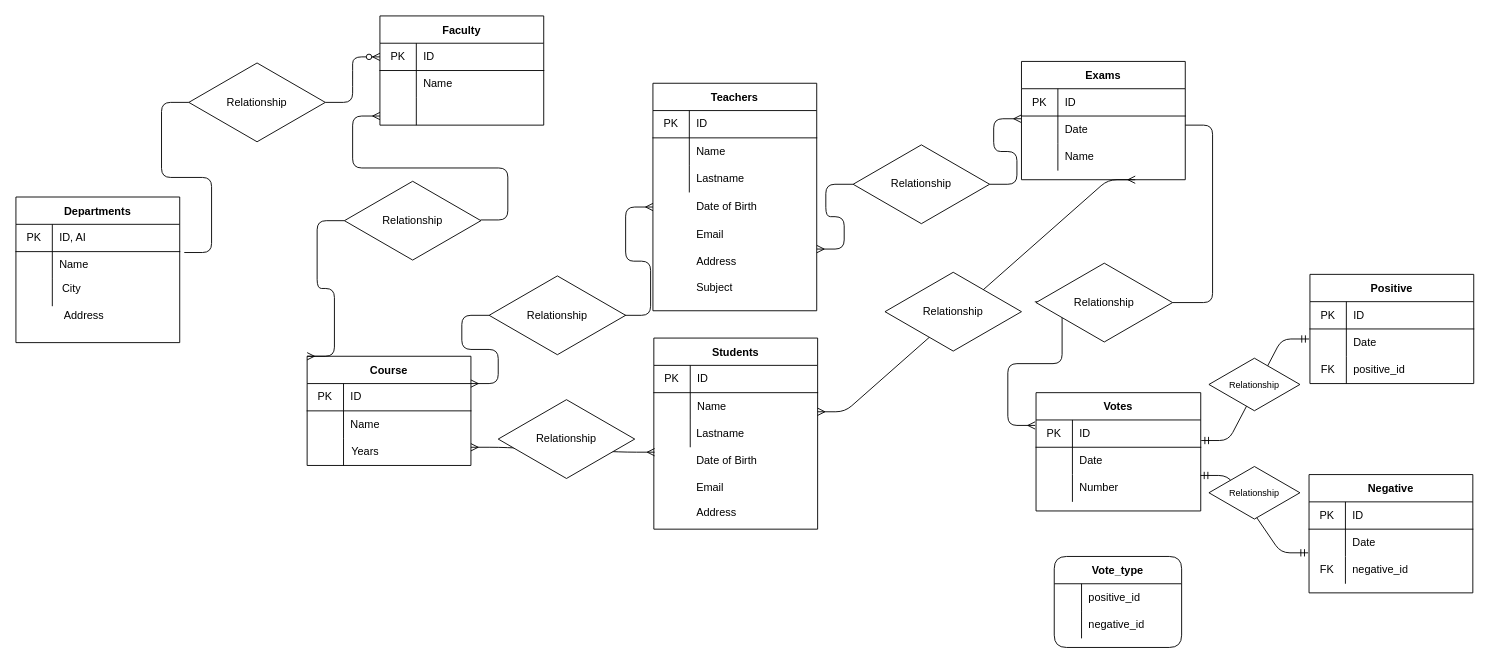
Earlier version of the draw.io diagram db_university.drawio (Alessia9802/db-university). Source tidied: cells renumbered, new cells numbered last; positions are measured from the earlier drawing's top-left corner, leaving out a move shared by most shapes. Both pictures are drawn from the tidied source at 91%, with x=0, y=0 at pixel (15, 15).
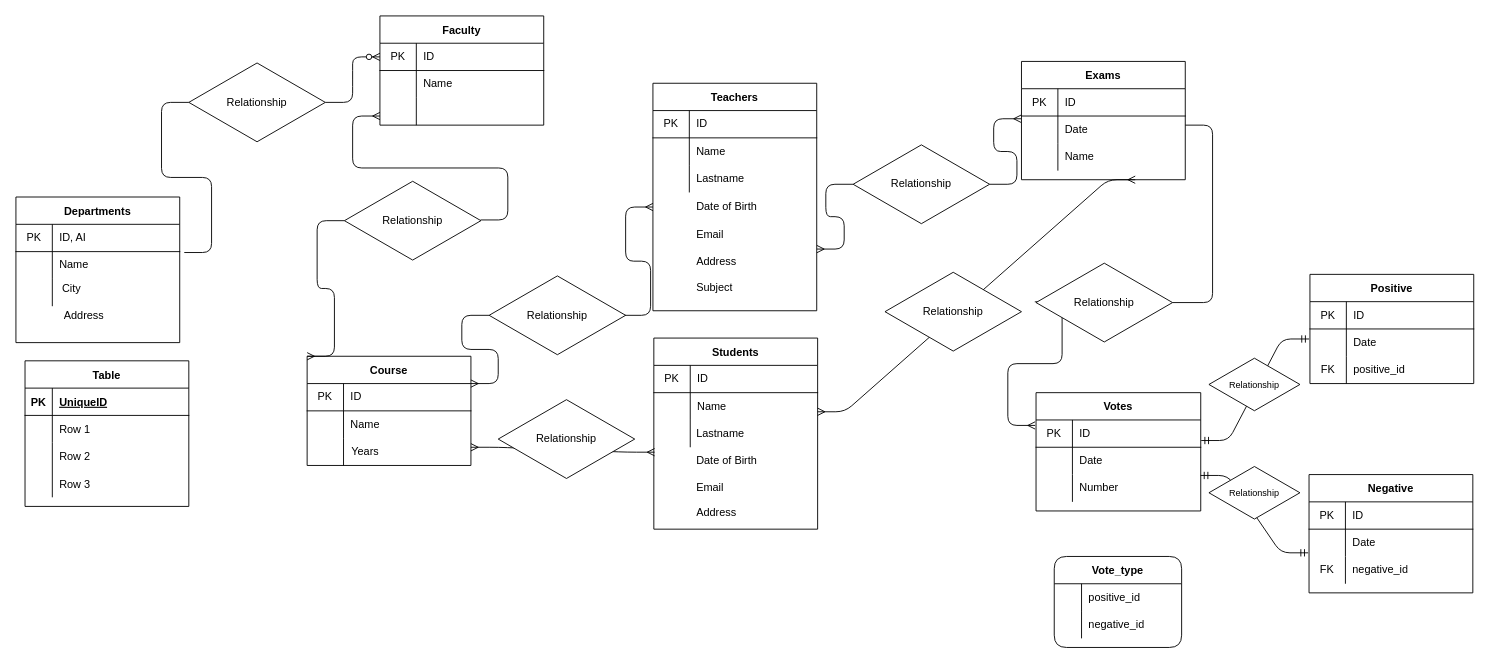
The same diagram, later.

Commit message (it also covers changes not shown here):
PhpMyAdmin exercise

Diff of the diagram source:
```diff
@@
+    <mxCell id="150" value="Table" style="shape=table;startSize=30;childLayout=tableLayout;rowLines=0;fontStyle=1;align=center;" parent="1" vertex="1">
+      <mxGeometry x="10" y="379" width="180" height="160" as="geometry" />
+    </mxCell>
+    <mxCell id="151" style="shape=partialRectangle;fillColor=none;top=0;left=0;bottom=1;right=0;" parent="150" vertex="1">
+      <mxGeometry y="30" width="180" height="30" as="geometry" />
+    </mxCell>
+    <mxCell id="152" value="PK" style="shape=partialRectangle;fillColor=none;top=0;left=0;bottom=0;right=0;fontStyle=1;overflow=hidden;" parent="151" vertex="1">
+      <mxGeometry width="30" height="30" as="geometry" />
+    </mxCell>
+    <mxCell id="153" value="UniqueID" style="shape=partialRectangle;fillColor=none;top=0;left=0;bottom=0;right=0;align=left;spacingLeft=6;fontStyle=5;overflow=hidden;" parent="151" vertex="1">
+      <mxGeometry x="30" width="150" height="30" as="geometry" />
+    </mxCell>
+    <mxCell id="154" style="shape=partialRectangle;fillColor=none;top=0;left=0;bottom=0;right=0;" parent="150" vertex="1">
+      <mxGeometry y="60" width="180" height="30" as="geometry" />
+    </mxCell>
+    <mxCell id="155" style="shape=partialRectangle;fillColor=none;top=0;left=0;bottom=0;right=0;overflow=hidden;" parent="154" vertex="1">
+      <mxGeometry width="30" height="30" as="geometry" />
+    </mxCell>
+    <mxCell id="156" value="Row 1" style="shape=partialRectangle;fillColor=none;top=0;left=0;bottom=0;right=0;align=left;spacingLeft=6;overflow=hidden;" parent="154" vertex="1">
+      <mxGeometry x="30" width="150" height="30" as="geometry" />
+    </mxCell>
+    <mxCell id="157" style="shape=partialRectangle;fillColor=none;top=0;left=0;bottom=0;right=0;" parent="150" vertex="1">
+      <mxGeometry y="90" width="180" height="30" as="geometry" />
+    </mxCell>
+    <mxCell id="158" style="shape=partialRectangle;fillColor=none;top=0;left=0;bottom=0;right=0;overflow=hidden;" parent="157" vertex="1">
+      <mxGeometry width="30" height="30" as="geometry" />
+    </mxCell>
+    <mxCell id="159" value="Row 2" style="shape=partialRectangle;fillColor=none;top=0;left=0;bottom=0;right=0;align=left;spacingLeft=6;overflow=hidden;" parent="157" vertex="1">
+      <mxGeometry x="30" width="150" height="30" as="geometry" />
+    </mxCell>
+    <mxCell id="160" style="shape=partialRectangle;fillColor=none;top=0;left=0;bottom=0;right=0;" parent="150" vertex="1">
+      <mxGeometry y="120" width="180" height="30" as="geometry" />
+    </mxCell>
+    <mxCell id="161" style="shape=partialRectangle;fillColor=none;top=0;left=0;bottom=0;right=0;overflow=hidden;" parent="160" vertex="1">
+      <mxGeometry width="30" height="30" as="geometry" />
+    </mxCell>
+    <mxCell id="162" value="Row 3" style="shape=partialRectangle;fillColor=none;top=0;left=0;bottom=0;right=0;align=left;spacingLeft=6;overflow=hidden;" parent="160" vertex="1">
+      <mxGeometry x="30" width="150" height="30" as="geometry" />
+    </mxCell>
```
